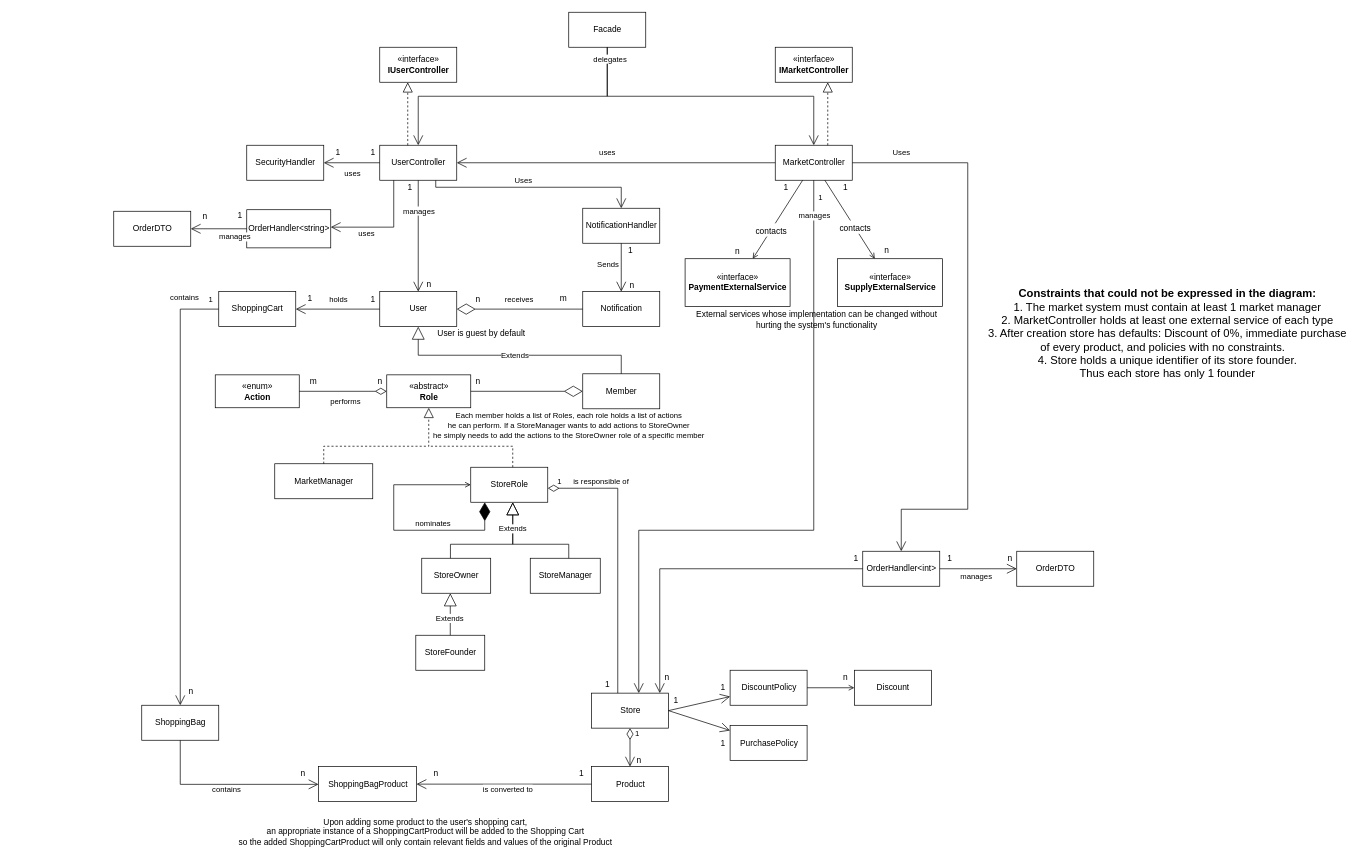
Above: page "White Diagram" (1 of 3) of Workshop.drawio in itaitzruia4/Workshop (draw.io), before the change. Source tidied: cells renumbered, new cells numbered last; positions are measured from the earlier drawing's top-left corner, leaving out a move shared by most shapes. Both pictures are drawn from the tidied source at 70%, with x=0, y=0 at pixel (12, 12).
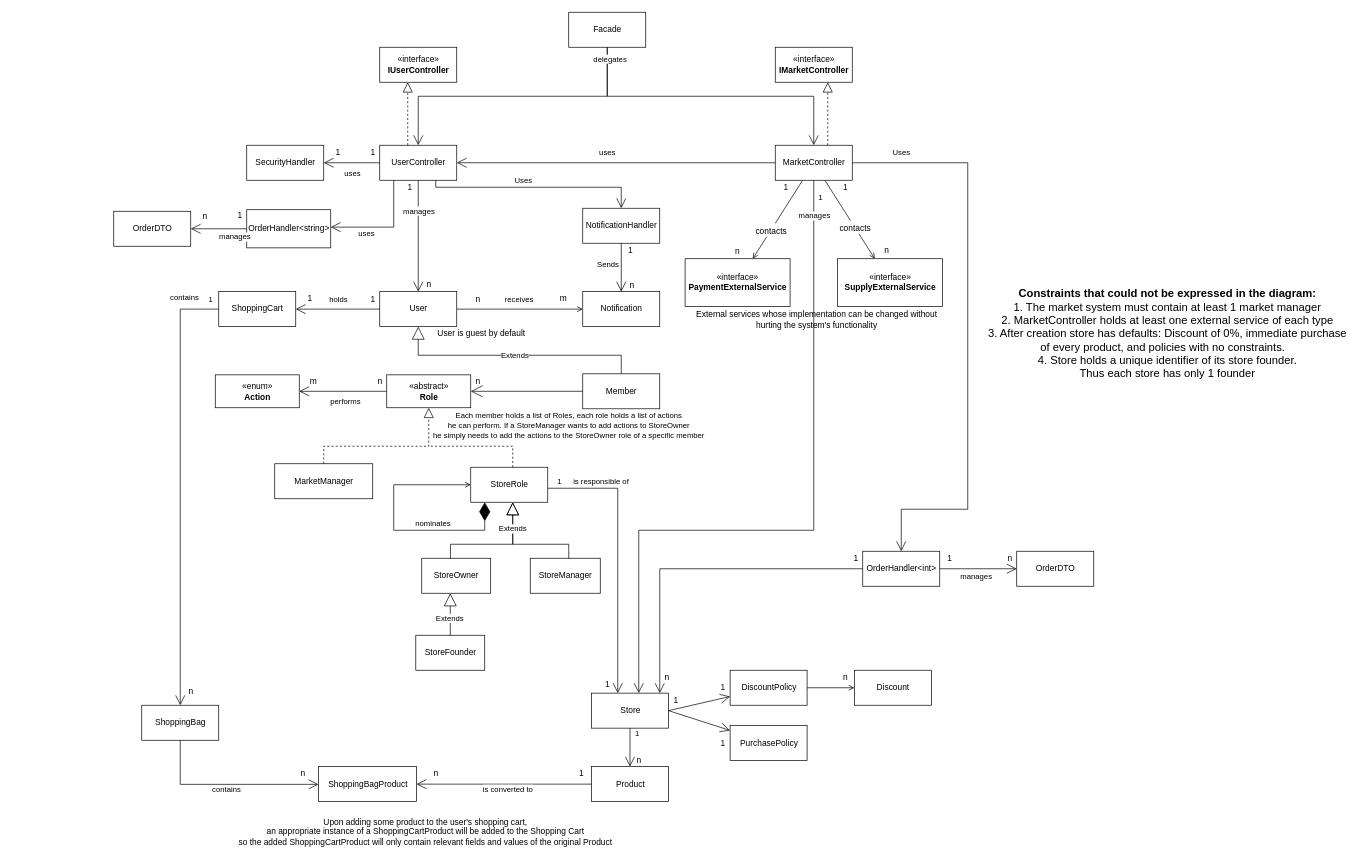
After the change.

The change refers to these unchanged cells:
```xml
<mxCell id="7" value="Notification" style="html=1;" parent="1" vertex="1">
  <mxGeometry x="815" y="399.1" width="110" height="50" as="geometry" />
</mxCell>
<mxCell id="8" value="User" style="html=1;" parent="1" vertex="1">
  <mxGeometry x="525" y="399.1" width="110" height="50" as="geometry" />
</mxCell>
<mxCell id="18" value="Member" style="html=1;" parent="1" vertex="1">
  <mxGeometry x="815" y="516.5" width="110" height="50" as="geometry" />
</mxCell>
<mxCell id="28" value="Store" style="html=1;" parent="1" vertex="1">
  <mxGeometry x="827.5" y="972.7" width="110" height="50" as="geometry" />
</mxCell>
<mxCell id="29" value="Product" style="html=1;" parent="1" vertex="1">
  <mxGeometry x="827.5" y="1077.7" width="110" height="50" as="geometry" />
</mxCell>
<mxCell id="55" value="StoreRole" style="html=1;" parent="1" vertex="1">
  <mxGeometry x="655" y="650" width="110" height="50" as="geometry" />
</mxCell>
<mxCell id="59" value="«abstract»&lt;br&gt;&lt;b&gt;Role&lt;/b&gt;" style="html=1;" parent="1" vertex="1">
  <mxGeometry x="535" y="518" width="120" height="47" as="geometry" />
</mxCell>
<mxCell id="60" value="«enum»&lt;br&gt;&lt;b&gt;Action&lt;/b&gt;" style="html=1;" parent="1" vertex="1">
  <mxGeometry x="290" y="518" width="120" height="47" as="geometry" />
</mxCell>
```

Diff of the diagram source:
```diff
@@
-    <mxCell id="9" style="endArrow=diamondThin;endFill=0;endSize=24;html=1;rounded=0;" parent="1" edge="1" source="7" target="8">
+    <mxCell id="9" style="endArrow=none;endFill=0;endSize=24;html=1;rounded=0;startArrow=open;startFill=0;" parent="1" edge="1" source="7" target="8">
       <mxGeometry relative="1" as="geometry" />
     </mxCell>
@@
-    <mxCell id="30" value="1" style="endArrow=open;html=1;endSize=12;startArrow=diamondThin;startSize=14;startFill=0;edgeStyle=orthogonalEdgeStyle;align=left;verticalAlign=bottom;rounded=0;" parent="1" edge="1" source="28" target="29">
+    <mxCell id="30" value="1" style="endArrow=open;html=1;endSize=12;startArrow=none;startSize=14;startFill=0;edgeStyle=orthogonalEdgeStyle;align=left;verticalAlign=bottom;rounded=0;" parent="1" edge="1" source="28" target="29">
       <mxGeometry x="-0.37" y="6" relative="1" as="geometry">
         <mxPoint x="-1" as="offset" />
       </mxGeometry>
     </mxCell>
@@
-    <mxCell id="45" value="1" style="endArrow=none;html=1;endSize=12;startArrow=diamondThin;startSize=14;startFill=0;edgeStyle=orthogonalEdgeStyle;align=left;verticalAlign=bottom;rounded=0;endFill=0;" parent="1" edge="1" source="55" target="28">
+    <mxCell id="45" value="1" style="endArrow=open;html=1;endSize=12;startArrow=none;startSize=14;startFill=0;edgeStyle=orthogonalEdgeStyle;align=left;verticalAlign=bottom;rounded=0;endFill=0;" parent="1" edge="1" source="55" target="28">
       <mxGeometry x="-0.94" relative="1" as="geometry">
         <Array as="points">
           <mxPoint x="865" y="680" />
         </Array>
       </mxGeometry>
     </mxCell>
@@
-    <mxCell id="61" style="endArrow=none;html=1;endSize=12;startArrow=diamondThin;startSize=14;startFill=0;edgeStyle=orthogonalEdgeStyle;align=left;verticalAlign=bottom;rounded=0;endFill=0;" parent="1" edge="1" source="59" target="60">
+    <mxCell id="61" style="endArrow=open;html=1;endSize=12;startArrow=none;startSize=14;startFill=0;edgeStyle=orthogonalEdgeStyle;align=left;verticalAlign=bottom;rounded=0;endFill=0;" parent="1" edge="1" source="59" target="60">
       <mxGeometry x="-1" y="3" relative="1" as="geometry" />
     </mxCell>
@@
-    <mxCell id="67" style="endArrow=diamondThin;endFill=0;endSize=24;html=1;rounded=0;startArrow=none;edgeStyle=orthogonalEdgeStyle;startFill=0;" parent="1" edge="1" source="59" target="18">
+    <mxCell id="67" style="endArrow=none;endFill=0;endSize=24;html=1;rounded=0;startArrow=open;edgeStyle=orthogonalEdgeStyle;startFill=0;startSize=15;" parent="1" edge="1" source="59" target="18">
       <mxGeometry relative="1" as="geometry" />
     </mxCell>
```
